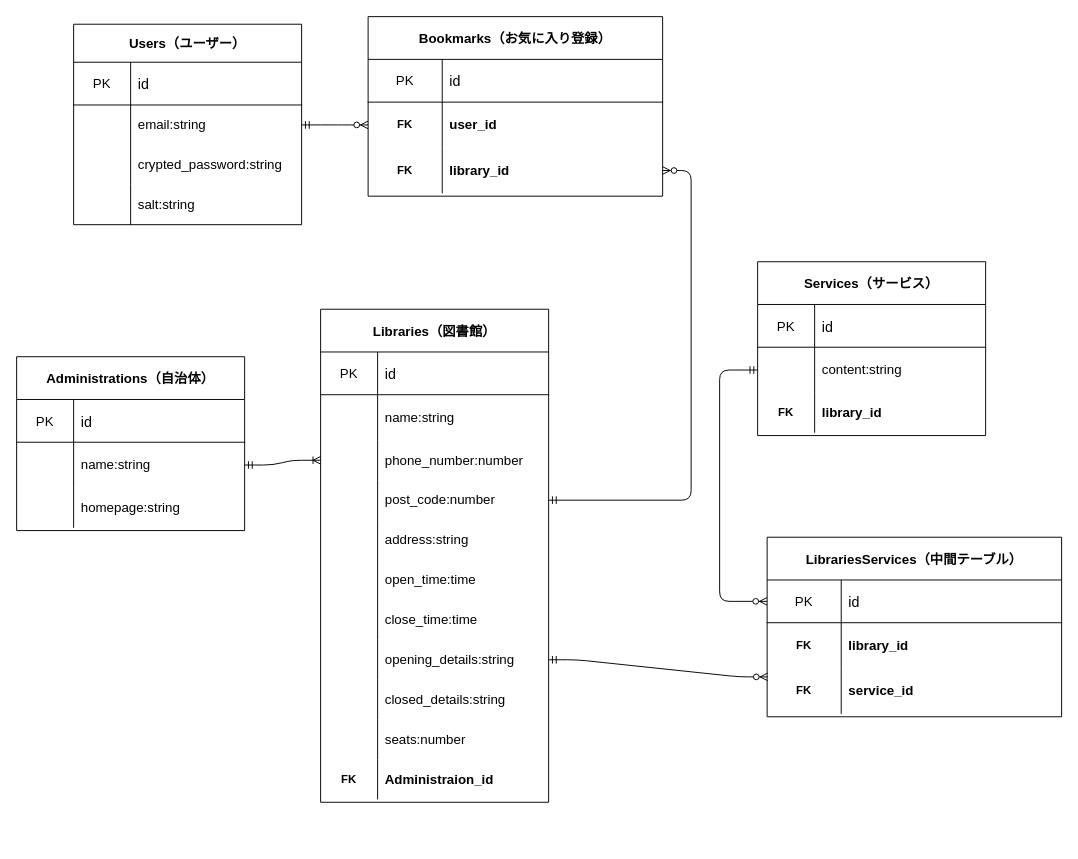
kentOtsuka/tokyo-library-rails keeps this draw.io diagram as er.drawio. Above is the earlier version. Source tidied: cells renumbered, new cells numbered last; positions are measured from the earlier drawing's top-left corner, leaving out a move shared by most shapes. Both pictures are drawn from the tidied source at 95%, with x=0, y=0 at pixel (16, 16).
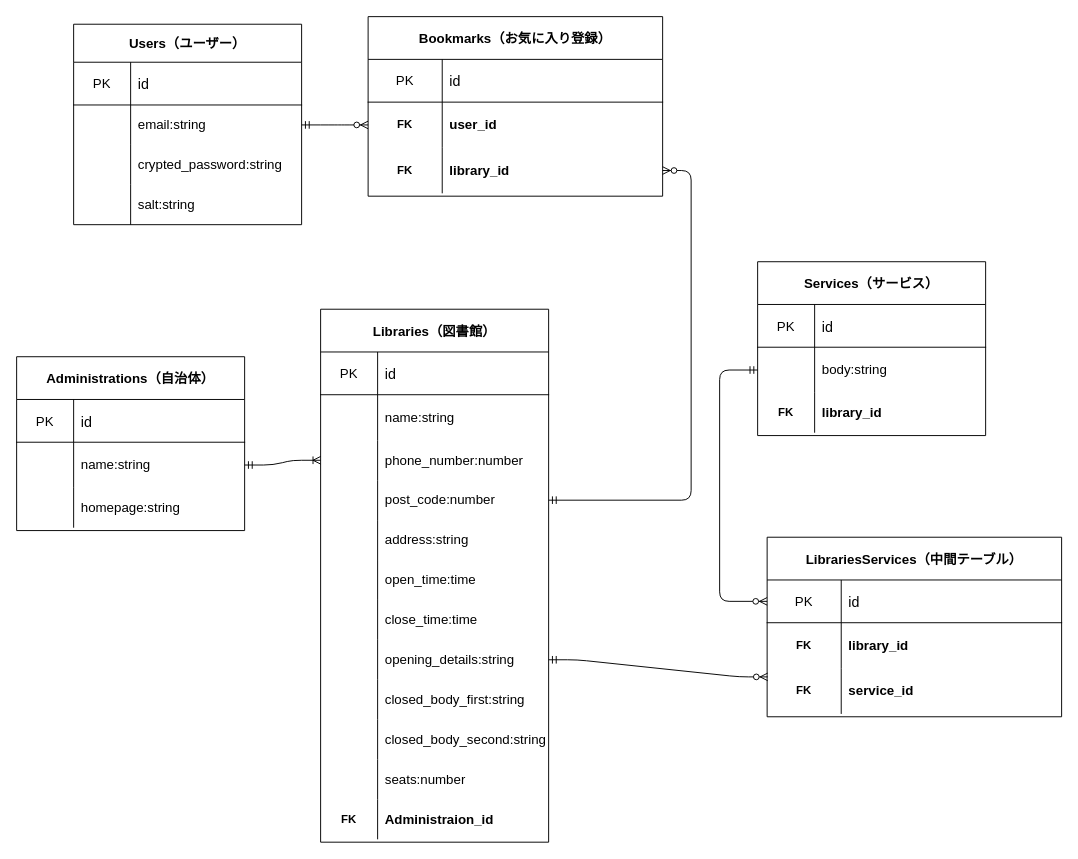
Above is the later version.

The change refers to these unchanged cells:
```xml
<mxCell id="60" style="shape=partialRectangle;html=1;whiteSpace=wrap;fillColor=none;top=0;left=0;bottom=0;right=0;" parent="35" vertex="1">
  <mxGeometry y="390" width="240" height="42" as="geometry" />
</mxCell>
<mxCell id="73" style="shape=partialRectangle;html=1;whiteSpace=wrap;fillColor=none;top=0;left=0;bottom=0;right=0;points=[[0,0.5],[1,0.5]];portConstraint=eastwest;" parent="69" vertex="1">
  <mxGeometry y="90" width="240" height="48" as="geometry" />
</mxCell>
```

Change to the diagram source:
```diff
@@
     <mxCell id="35" value="Libraries（図書館）" style="shape=table;startSize=45;childLayout=tableLayout;rowLines=0;fontStyle=1;align=center;fontSize=14;strokeWidth=1;" parent="1" vertex="1">
-      <mxGeometry x="320" y="308" width="240" height="519" as="geometry" />
+      <mxGeometry x="320" y="308" width="240" height="561" as="geometry" />
     </mxCell>
@@
-    <mxCell id="62" value="&lt;span&gt;closed_details:string&lt;/span&gt;" style="shape=partialRectangle;html=1;whiteSpace=wrap;fillColor=none;top=0;left=0;bottom=0;right=0;align=left;spacingLeft=6;overflow=hidden;fontSize=14;" parent="60" vertex="1">
+    <mxCell id="62" value="&lt;span&gt;closed_body_first:string&lt;/span&gt;" style="shape=partialRectangle;html=1;whiteSpace=wrap;fillColor=none;top=0;left=0;bottom=0;right=0;align=left;spacingLeft=6;overflow=hidden;fontSize=14;" parent="60" vertex="1">
       <mxGeometry x="60" width="180" height="42" as="geometry" />
     </mxCell>
+    <mxCell id="94" style="shape=partialRectangle;html=1;whiteSpace=wrap;fillColor=none;top=0;left=0;bottom=0;right=0;" parent="35" vertex="1">
+      <mxGeometry y="432" width="240" height="42" as="geometry" />
+    </mxCell>
+    <mxCell id="95" style="shape=partialRectangle;html=1;whiteSpace=wrap;fillColor=none;top=0;left=0;bottom=0;right=0;overflow=hidden;" parent="94" vertex="1">
+      <mxGeometry width="60" height="42" as="geometry" />
+    </mxCell>
+    <mxCell id="96" value="&lt;span&gt;closed_body&lt;/span&gt;_second&lt;span&gt;:string&lt;/span&gt;" style="shape=partialRectangle;html=1;whiteSpace=wrap;fillColor=none;top=0;left=0;bottom=0;right=0;align=left;spacingLeft=6;overflow=hidden;fontSize=14;" parent="94" vertex="1">
+      <mxGeometry x="60" width="180" height="42" as="geometry" />
+    </mxCell>
     <mxCell id="63" style="shape=partialRectangle;html=1;whiteSpace=wrap;fillColor=none;top=0;left=0;bottom=0;right=0;" parent="35" vertex="1">
-      <mxGeometry y="432" width="240" height="42" as="geometry" />
+      <mxGeometry y="474" width="240" height="42" as="geometry" />
     </mxCell>
@@
     <mxCell id="66" style="shape=partialRectangle;html=1;whiteSpace=wrap;fillColor=none;top=0;left=0;bottom=0;right=0;fontStyle=1;" parent="35" vertex="1">
-      <mxGeometry y="474" width="240" height="42" as="geometry" />
+      <mxGeometry y="516" width="240" height="42" as="geometry" />
     </mxCell>
@@
-    <mxCell id="75" value="content:string" style="shape=partialRectangle;html=1;whiteSpace=wrap;fillColor=none;top=0;left=0;bottom=0;right=0;align=left;spacingLeft=6;overflow=hidden;fontSize=14;" parent="73" vertex="1">
+    <mxCell id="75" value="body:string" style="shape=partialRectangle;html=1;whiteSpace=wrap;fillColor=none;top=0;left=0;bottom=0;right=0;align=left;spacingLeft=6;overflow=hidden;fontSize=14;" parent="73" vertex="1">
       <mxGeometry x="60" width="180" height="48" as="geometry" />
     </mxCell>
```
